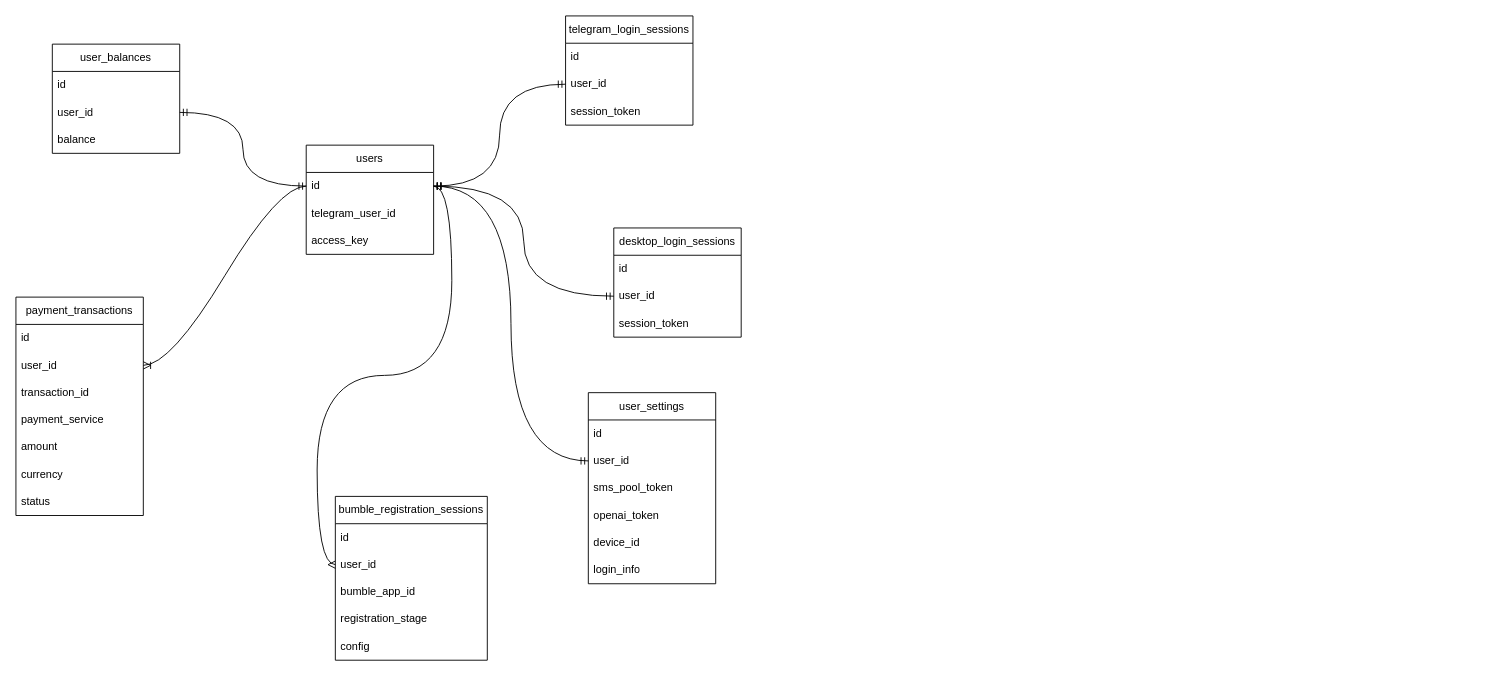
This is ERD.drawio from MoldavianDron/bumble_backend, a draw.io file, before an edit. Source tidied: cells renumbered, new cells numbered last; positions are measured from the earlier drawing's top-left corner, leaving out a move shared by most shapes. Both pictures are drawn from the tidied source at 91%, with x=0, y=0 at pixel (15, 15).
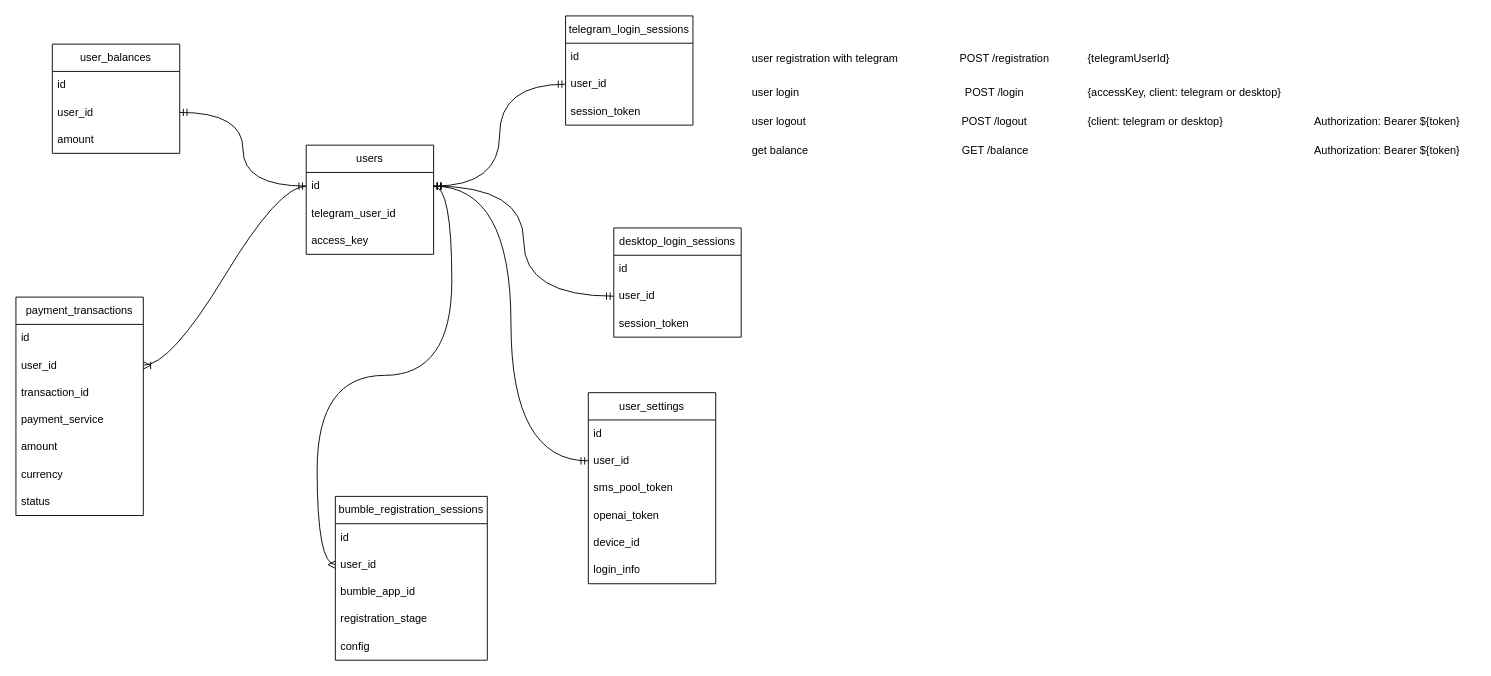
Above is the later version.

Unchanged cells that the change refers to:
```xml
<mxCell id="28" value="user_balances" style="swimlane;fontStyle=0;horizontal=1;startSize=30;whiteSpace=wrap;html=1;" parent="1" vertex="1">
  <mxGeometry x="40" y="31" width="140" height="120" as="geometry" />
</mxCell>
```

Diff of the diagram source:
```diff
@@
-    <mxCell id="31" value="balance" style="text;strokeColor=none;fillColor=none;align=left;verticalAlign=middle;spacingLeft=4;spacingRight=4;overflow=hidden;whiteSpace=wrap;html=1;" parent="28" vertex="1">
+    <mxCell id="31" value="amount" style="text;strokeColor=none;fillColor=none;align=left;verticalAlign=middle;spacingLeft=4;spacingRight=4;overflow=hidden;whiteSpace=wrap;html=1;" parent="28" vertex="1">
       <mxGeometry y="90" width="140" height="30" as="geometry" />
     </mxCell>
@@
+    <mxCell id="45" value="user registration with telegram" style="text;html=1;align=left;verticalAlign=middle;strokeColor=none;fillColor=none;" parent="1" vertex="1">
+      <mxGeometry x="807" y="34" width="179" height="26" as="geometry" />
+    </mxCell>
+    <mxCell id="46" value="POST /registration" style="text;html=1;align=center;verticalAlign=middle;strokeColor=none;fillColor=none;" parent="1" vertex="1">
+      <mxGeometry x="1027" y="34" width="117" height="26" as="geometry" />
+    </mxCell>
+    <mxCell id="47" value="user login" style="text;html=1;align=left;verticalAlign=middle;strokeColor=none;fillColor=none;" parent="1" vertex="1">
+      <mxGeometry x="807" y="71" width="70" height="26" as="geometry" />
+    </mxCell>
+    <mxCell id="48" value="POST /login" style="text;html=1;align=center;verticalAlign=middle;strokeColor=none;fillColor=none;" parent="1" vertex="1">
+      <mxGeometry x="1034" y="71" width="82" height="26" as="geometry" />
+    </mxCell>
+    <mxCell id="49" value="POST /logout" style="text;html=1;align=center;verticalAlign=middle;strokeColor=none;fillColor=none;" parent="1" vertex="1">
+      <mxGeometry x="1030" y="103" width="90" height="26" as="geometry" />
+    </mxCell>
+    <mxCell id="50" value="user logout" style="text;html=1;align=left;verticalAlign=middle;strokeColor=none;fillColor=none;" parent="1" vertex="1">
+      <mxGeometry x="807" y="103" width="77" height="26" as="geometry" />
+    </mxCell>
+    <mxCell id="51" value="{telegramUserId}" style="text;html=1;align=left;verticalAlign=middle;strokeColor=none;fillColor=none;" parent="1" vertex="1">
+      <mxGeometry x="1176" y="34" width="108" height="26" as="geometry" />
+    </mxCell>
+    <mxCell id="52" value="{accessKey, client: telegram or desktop}" style="text;html=1;align=left;verticalAlign=middle;strokeColor=none;fillColor=none;" parent="1" vertex="1">
+      <mxGeometry x="1176" y="71" width="231" height="26" as="geometry" />
+    </mxCell>
+    <mxCell id="53" value="{client: telegram or desktop}" style="text;html=1;align=left;verticalAlign=middle;strokeColor=none;fillColor=none;" parent="1" vertex="1">
+      <mxGeometry x="1176" y="103" width="167" height="26" as="geometry" />
+    </mxCell>
+    <mxCell id="54" value="get balance" style="text;html=1;align=left;verticalAlign=middle;strokeColor=none;fillColor=none;" parent="1" vertex="1">
+      <mxGeometry x="807" y="135" width="80" height="26" as="geometry" />
+    </mxCell>
+    <mxCell id="55" value="GET /balance" style="text;html=1;align=center;verticalAlign=middle;strokeColor=none;fillColor=none;" parent="1" vertex="1">
+      <mxGeometry x="1030" y="135" width="91" height="26" as="geometry" />
+    </mxCell>
+    <mxCell id="56" value="Authorization: Bearer ${token}" style="text;html=1;align=left;verticalAlign=middle;strokeColor=none;fillColor=none;" parent="1" vertex="1">
+      <mxGeometry x="1425" y="103" width="178" height="26" as="geometry" />
+    </mxCell>
+    <mxCell id="57" value="Authorization: Bearer ${token}" style="text;html=1;align=left;verticalAlign=middle;strokeColor=none;fillColor=none;" parent="1" vertex="1">
+      <mxGeometry x="1425" y="135" width="178" height="26" as="geometry" />
+    </mxCell>
```
